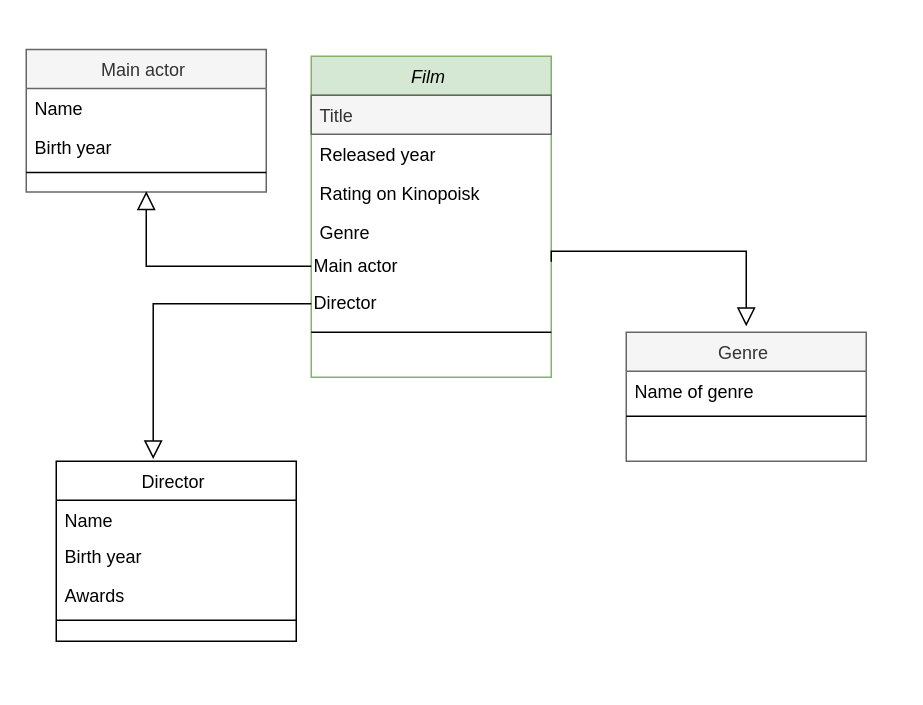
Above: Диаграмма без названия.drawio in anasss-sia/05.04-2024 (draw.io), before the change. Source tidied: cells renumbered, new cells numbered last; positions are measured from the earlier drawing's top-left corner, leaving out a move shared by most shapes. Both pictures are drawn from the tidied source at 150%, with x=0, y=0 at pixel (26, 50).
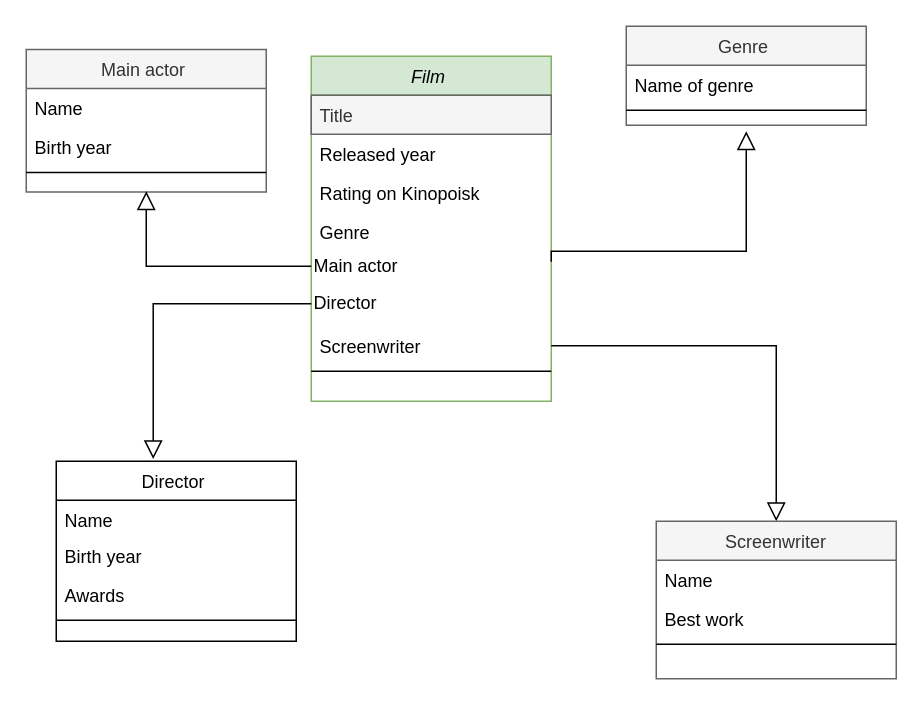
The same diagram, later.

What changed in the source:
```diff
@@
     <mxCell id="2" value="Film " style="swimlane;fontStyle=2;align=center;verticalAlign=top;horizontal=1;startSize=26;rounded=0;shadow=0;strokeWidth=1;fillColor=#d5e8d4;strokeColor=#82b366;" parent="1" vertex="1">
-      <mxGeometry x="190" y="4" width="160" height="214" as="geometry" />
+      <mxGeometry x="190" y="4" width="160" height="230" as="geometry" />
     </mxCell>
@@
+    <mxCell id="25" value="Screenwriter" style="text;align=left;verticalAlign=top;spacingLeft=4;spacingRight=4;overflow=hidden;points=[[0,0.5],[1,0.5]];portConstraint=eastwest;" parent="2" vertex="1">
+      <mxGeometry y="180" width="160" height="26" as="geometry" />
+    </mxCell>
     <mxCell id="9" style="line;html=1;strokeWidth=1;align=left;verticalAlign=middle;spacingTop=-1;spacingLeft=3;spacingRight=3;labelPosition=right;" parent="2" vertex="1">
-      <mxGeometry y="180" width="160" height="8" as="geometry" />
+      <mxGeometry y="206" width="160" height="8" as="geometry" />
     </mxCell>
@@
     <mxCell id="16" value="Genre " style="swimlane;fontStyle=0;align=center;verticalAlign=top;horizontal=1;startSize=26;rounded=0;shadow=0;strokeWidth=1;swimlaneFillColor=default;fillColor=#f5f5f5;fontColor=#333333;strokeColor=#666666;" parent="1" vertex="1">
-      <mxGeometry x="400" y="188" width="160" height="86" as="geometry" />
+      <mxGeometry x="400" y="-16" width="160" height="66" as="geometry" />
     </mxCell>
@@
     <mxCell id="19" style="endArrow=block;endSize=10;endFill=0;shadow=0;strokeWidth=1;rounded=0;curved=0;edgeStyle=elbowEdgeStyle;elbow=vertical;exitX=1;exitY=0.5;exitDx=0;exitDy=0;" parent="1" edge="1">
       <mxGeometry relative="1" as="geometry">
         <mxPoint x="350" y="141" as="sourcePoint" />
-        <mxPoint x="480" y="184" as="targetPoint" />
+        <mxPoint x="480" y="54" as="targetPoint" />
         <Array as="points">
           <mxPoint x="420" y="134" />
         </Array>
       </mxGeometry>
     </mxCell>
@@
+    <mxCell id="26" style="endArrow=block;endSize=10;endFill=0;shadow=0;strokeWidth=1;rounded=0;curved=0;edgeStyle=elbowEdgeStyle;elbow=vertical;exitX=1;exitY=0.5;exitDx=0;exitDy=0;" parent="1" edge="1" source="25">
+      <mxGeometry relative="1" as="geometry">
+        <mxPoint x="500" y="314" as="targetPoint" />
+        <Array as="points">
+          <mxPoint x="420" y="197" />
+        </Array>
+      </mxGeometry>
+    </mxCell>
+    <mxCell id="27" value="Screenwriter" style="swimlane;fontStyle=0;align=center;verticalAlign=top;horizontal=1;startSize=26;rounded=0;shadow=0;strokeWidth=1;fillColor=#f5f5f5;fontColor=#333333;strokeColor=#666666;" parent="1" vertex="1">
+      <mxGeometry x="420" y="314" width="160" height="105" as="geometry" />
+    </mxCell>
+    <mxCell id="28" value="Name " style="text;align=left;verticalAlign=top;spacingLeft=4;spacingRight=4;overflow=hidden;rounded=0;shadow=0;html=0;" parent="27" vertex="1">
+      <mxGeometry y="26" width="160" height="26" as="geometry" />
+    </mxCell>
+    <mxCell id="29" value="Best work&#10;" style="text;align=left;verticalAlign=top;spacingLeft=4;spacingRight=4;overflow=hidden;rounded=0;shadow=0;html=0;" parent="27" vertex="1">
+      <mxGeometry y="52" width="160" height="26" as="geometry" />
+    </mxCell>
+    <mxCell id="30" style="line;html=1;strokeWidth=1;align=left;verticalAlign=middle;spacingTop=-1;spacingLeft=3;spacingRight=3;labelPosition=right;" parent="27" vertex="1">
+      <mxGeometry y="78" width="160" height="8" as="geometry" />
+    </mxCell>
```
